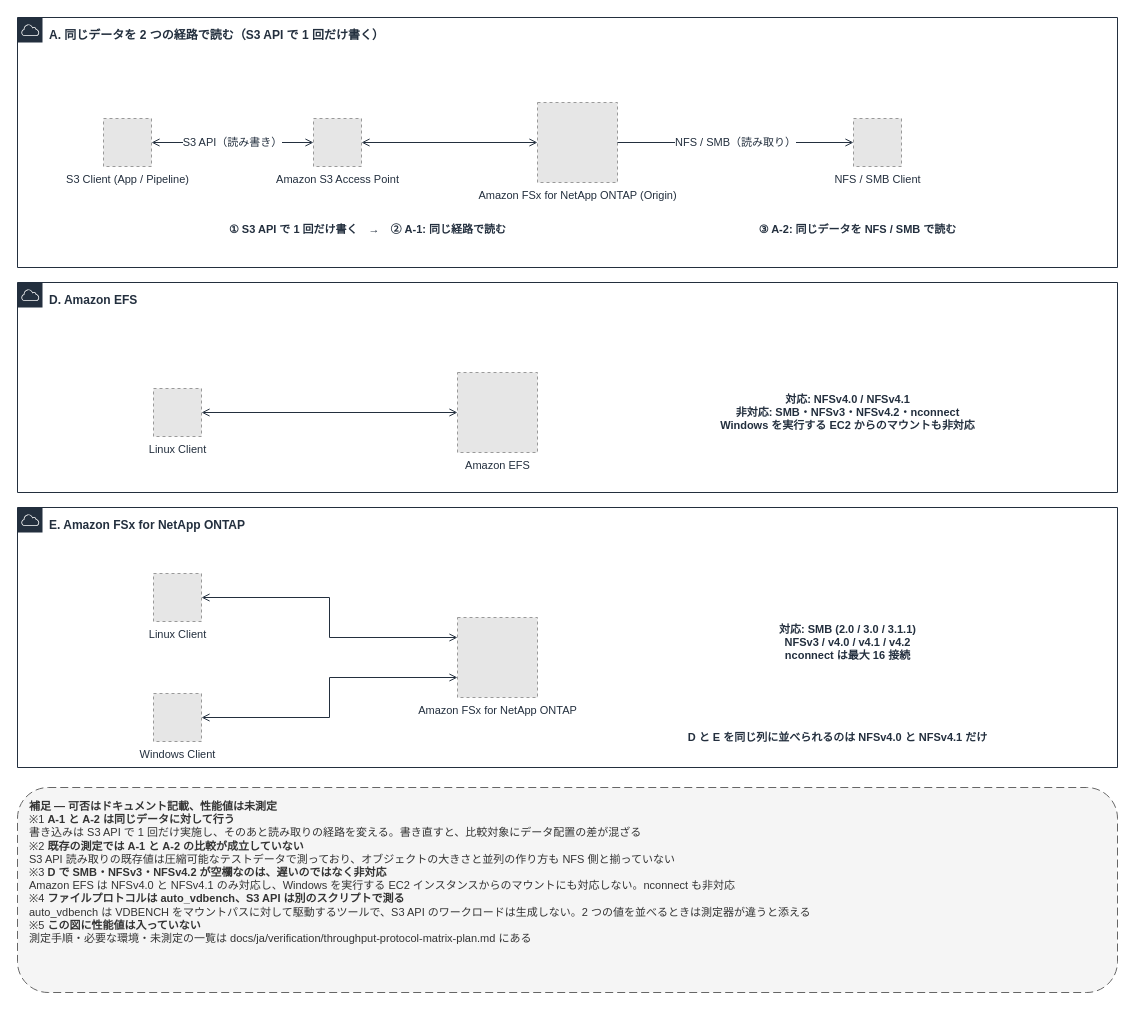
Above: docs/_assets/diagrams/s3burst-protocol-test-matrix.drawio in Yoshiki0705/S3-Burst-on-ONTAP-Files (draw.io), before the change. Source tidied: cells renumbered, new cells numbered last; positions are measured from the earlier drawing's top-left corner, leaving out a move shared by most shapes. Both pictures are drawn from the tidied source at 100%, with x=0, y=0 at pixel (17, 17). Pictures stored in the file or linked from it are replaced by grey dashed boxes.
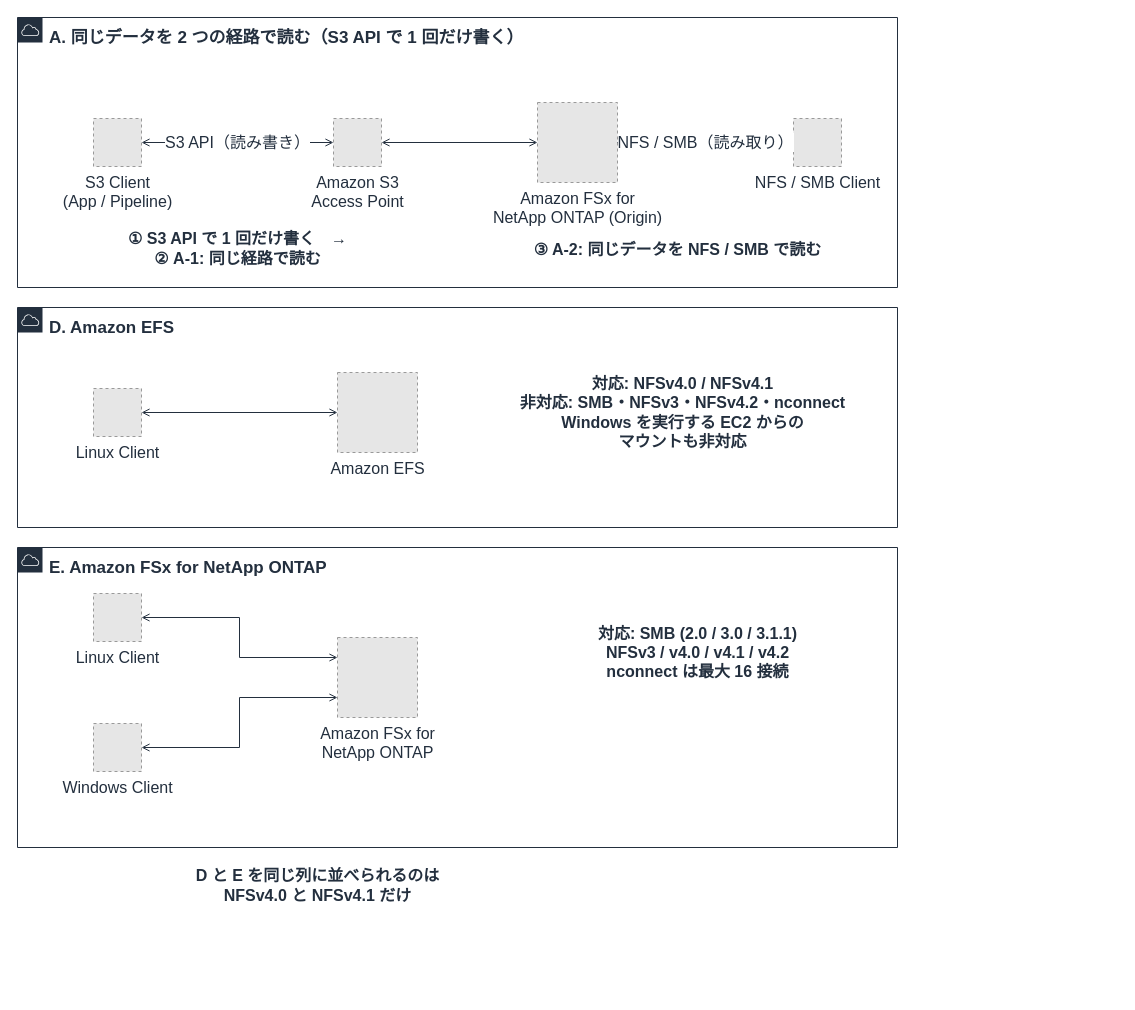
After the change.

What changed in the source:
```diff
@@
-    <mxCell id="2" value="A. 同じデータを 2 つの経路で読む（S3 API で 1 回だけ書く）" style="gradientColor=none;html=1;whiteSpace=wrap;fontSize=12;fontStyle=1;fontColor=#232F3E;shape=mxgraph.aws4.group;grIcon=mxgraph.aws4.group_aws_cloud;strokeColor=#232F3E;fillColor=none;verticalAlign=top;align=left;spacingLeft=30;spacingTop=4;dashed=0;" parent="1" vertex="1">
-      <mxGeometry width="1100" height="250" as="geometry" />
+    <mxCell id="2" value="A. 同じデータを 2 つの経路で読む（S3 API で 1 回だけ書く）" style="gradientColor=none;html=1;whiteSpace=wrap;fontSize=17;fontStyle=1;fontColor=#232F3E;shape=mxgraph.aws4.group;grIcon=mxgraph.aws4.group_aws_cloud;strokeColor=#232F3E;fillColor=none;verticalAlign=top;align=left;spacingLeft=30;spacingTop=4;dashed=0;" parent="1" vertex="1">
+      <mxGeometry width="880" height="270" as="geometry" />
     </mxCell>
-    <mxCell id="3" value="D. Amazon EFS" style="gradientColor=none;html=1;whiteSpace=wrap;fontSize=12;fontStyle=1;fontColor=#232F3E;shape=mxgraph.aws4.group;grIcon=mxgraph.aws4.group_aws_cloud;strokeColor=#232F3E;fillColor=none;verticalAlign=top;align=left;spacingLeft=30;spacingTop=4;dashed=0;" parent="1" vertex="1">
-      <mxGeometry y="265" width="1100" height="210" as="geometry" />
+    <mxCell id="3" value="D. Amazon EFS" style="gradientColor=none;html=1;whiteSpace=wrap;fontSize=17;fontStyle=1;fontColor=#232F3E;shape=mxgraph.aws4.group;grIcon=mxgraph.aws4.group_aws_cloud;strokeColor=#232F3E;fillColor=none;verticalAlign=top;align=left;spacingLeft=30;spacingTop=4;dashed=0;" parent="1" vertex="1">
+      <mxGeometry y="290" width="880" height="220" as="geometry" />
     </mxCell>
-    <mxCell id="4" value="E. Amazon FSx for NetApp ONTAP" style="gradientColor=none;html=1;whiteSpace=wrap;fontSize=12;fontStyle=1;fontColor=#232F3E;shape=mxgraph.aws4.group;grIcon=mxgraph.aws4.group_aws_cloud;strokeColor=#232F3E;fillColor=none;verticalAlign=top;align=left;spacingLeft=30;spacingTop=4;dashed=0;" parent="1" vertex="1">
-      <mxGeometry y="490" width="1100" height="260" as="geometry" />
+    <mxCell id="4" value="E. Amazon FSx for NetApp ONTAP" style="gradientColor=none;html=1;whiteSpace=wrap;fontSize=17;fontStyle=1;fontColor=#232F3E;shape=mxgraph.aws4.group;grIcon=mxgraph.aws4.group_aws_cloud;strokeColor=#232F3E;fillColor=none;verticalAlign=top;align=left;spacingLeft=30;spacingTop=4;dashed=0;" parent="1" vertex="1">
+      <mxGeometry y="530" width="880" height="300" as="geometry" />
     </mxCell>
-    <mxCell id="5" value="① S3 API で 1 回だけ書く　→　② A-1: 同じ経路で読む" style="text;html=1;strokeColor=none;fillColor=none;align=center;verticalAlign=middle;fontSize=11;fontStyle=1;fontColor=#232F3E;" parent="1" vertex="1">
-      <mxGeometry x="90" y="202" width="520" height="20" as="geometry" />
+    <mxCell id="5" value="① S3 API で 1 回だけ書く　→&lt;br&gt;② A-1: 同じ経路で読む" style="text;html=1;strokeColor=none;fillColor=none;align=center;verticalAlign=middle;fontSize=16;fontStyle=1;fontColor=#232F3E;" parent="1" vertex="1">
+      <mxGeometry x="20" y="208" width="400" height="46" as="geometry" />
     </mxCell>
-    <mxCell id="6" value="③ A-2: 同じデータを NFS / SMB で読む" style="text;html=1;strokeColor=none;fillColor=none;align=center;verticalAlign=middle;fontSize=11;fontStyle=1;fontColor=#232F3E;" parent="1" vertex="1">
-      <mxGeometry x="620" y="202" width="440" height="20" as="geometry" />
+    <mxCell id="6" value="③ A-2: 同じデータを NFS / SMB で読む" style="text;html=1;strokeColor=none;fillColor=none;align=center;verticalAlign=middle;fontSize=16;fontStyle=1;fontColor=#232F3E;" parent="1" vertex="1">
+      <mxGeometry x="460" y="220" width="400" height="24" as="geometry" />
     </mxCell>
-    <mxCell id="7" value="対応: NFSv4.0 / NFSv4.1&lt;br&gt;&lt;b&gt;非対応: SMB・NFSv3・NFSv4.2・nconnect&lt;/b&gt;&lt;br&gt;Windows を実行する EC2 からのマウントも&lt;b&gt;非対応&lt;/b&gt;" style="text;html=1;strokeColor=none;fillColor=none;align=center;verticalAlign=middle;fontSize=11;fontStyle=1;fontColor=#232F3E;" parent="1" vertex="1">
-      <mxGeometry x="600" y="350" width="460" height="90" as="geometry" />
+    <mxCell id="7" value="対応: NFSv4.0 / NFSv4.1&lt;br&gt;&lt;b&gt;非対応: SMB・NFSv3・NFSv4.2・nconnect&lt;/b&gt;&lt;br&gt;Windows を実行する EC2 からの&lt;br&gt;マウントも&lt;b&gt;非対応&lt;/b&gt;" style="text;html=1;strokeColor=none;fillColor=none;align=center;verticalAlign=middle;fontSize=16;fontStyle=1;fontColor=#232F3E;" parent="1" vertex="1">
+      <mxGeometry x="470" y="335" width="390" height="120" as="geometry" />
     </mxCell>
-    <mxCell id="8" value="対応: SMB (2.0 / 3.0 / 3.1.1)&lt;br&gt;NFSv3 / v4.0 / v4.1 / v4.2&lt;br&gt;nconnect は最大 16 接続" style="text;html=1;strokeColor=none;fillColor=none;align=center;verticalAlign=middle;fontSize=11;fontStyle=1;fontColor=#232F3E;" parent="1" vertex="1">
-      <mxGeometry x="600" y="580" width="460" height="90" as="geometry" />
+    <mxCell id="8" value="対応: SMB (2.0 / 3.0 / 3.1.1)&lt;br&gt;NFSv3 / v4.0 / v4.1 / v4.2&lt;br&gt;nconnect は最大 16 接続" style="text;html=1;strokeColor=none;fillColor=none;align=center;verticalAlign=middle;fontSize=16;fontStyle=1;fontColor=#232F3E;" parent="1" vertex="1">
+      <mxGeometry x="500" y="590" width="360" height="90" as="geometry" />
     </mxCell>
-    <mxCell id="9" value="D と E を同じ列に並べられるのは NFSv4.0 と NFSv4.1 だけ" style="text;html=1;strokeColor=none;fillColor=none;align=center;verticalAlign=middle;fontSize=11;fontStyle=1;fontColor=#232F3E;" parent="1" vertex="1">
-      <mxGeometry x="560" y="710" width="520" height="20" as="geometry" />
+    <mxCell id="9" value="D と E を同じ列に並べられるのは&lt;br&gt;NFSv4.0 と NFSv4.1 だけ" style="text;html=1;strokeColor=none;fillColor=none;align=center;verticalAlign=middle;fontSize=16;fontStyle=1;fontColor=#232F3E;" parent="1" vertex="1">
+      <mxGeometry x="20" y="845" width="560" height="46" as="geometry" />
     </mxCell>
-    <mxCell id="10" value="S3 Client (App / Pipeline)" style="fillColor=#E6E6E6;strokeColor=#999999;dashed=1;html=1;verticalLabelPosition=bottom;verticalAlign=top;labelPosition=center;align=center;fontSize=11;fontColor=#232F3E;" parent="1" vertex="1">
-      <mxGeometry x="86" y="101" width="48" height="48" as="geometry" />
+    <mxCell id="10" value="S3 Client&#10;(App / Pipeline)" style="fillColor=#E6E6E6;strokeColor=#999999;dashed=1;html=1;verticalLabelPosition=bottom;verticalAlign=top;labelPosition=center;align=center;fontSize=16;fontColor=#232F3E;" parent="1" vertex="1">
+      <mxGeometry x="76" y="101" width="48" height="48" as="geometry" />
     </mxCell>
-    <mxCell id="11" value="Amazon S3 Access Point" style="fillColor=#E6E6E6;strokeColor=#999999;dashed=1;html=1;verticalLabelPosition=bottom;verticalAlign=top;labelPosition=center;align=center;fontSize=11;fontColor=#232F3E;" parent="1" vertex="1">
-      <mxGeometry x="296" y="101" width="48" height="48" as="geometry" />
+    <mxCell id="11" value="Amazon S3&#10;Access Point" style="fillColor=#E6E6E6;strokeColor=#999999;dashed=1;html=1;verticalLabelPosition=bottom;verticalAlign=top;labelPosition=center;align=center;fontSize=16;fontColor=#232F3E;" parent="1" vertex="1">
+      <mxGeometry x="316" y="101" width="48" height="48" as="geometry" />
     </mxCell>
-    <mxCell id="12" value="Amazon FSx for NetApp ONTAP (Origin)" style="fillColor=#E6E6E6;strokeColor=#999999;dashed=1;html=1;verticalLabelPosition=bottom;verticalAlign=top;labelPosition=center;align=center;fontSize=11;fontColor=#232F3E;" parent="1" vertex="1">
+    <mxCell id="12" value="Amazon FSx for&#10;NetApp ONTAP (Origin)" style="fillColor=#E6E6E6;strokeColor=#999999;dashed=1;html=1;verticalLabelPosition=bottom;verticalAlign=top;labelPosition=center;align=center;fontSize=16;fontColor=#232F3E;" parent="1" vertex="1">
       <mxGeometry x="520" y="85" width="80" height="80" as="geometry" />
     </mxCell>
-    <mxCell id="13" value="NFS / SMB Client" style="fillColor=#E6E6E6;strokeColor=#999999;dashed=1;html=1;verticalLabelPosition=bottom;verticalAlign=top;labelPosition=center;align=center;fontSize=11;fontColor=#232F3E;" parent="1" vertex="1">
-      <mxGeometry x="836" y="101" width="48" height="48" as="geometry" />
+    <mxCell id="13" value="NFS / SMB Client" style="fillColor=#E6E6E6;strokeColor=#999999;dashed=1;html=1;verticalLabelPosition=bottom;verticalAlign=top;labelPosition=center;align=center;fontSize=16;fontColor=#232F3E;" parent="1" vertex="1">
+      <mxGeometry x="776" y="101" width="48" height="48" as="geometry" />
     </mxCell>
-    <mxCell id="14" value="Linux Client" style="fillColor=#E6E6E6;strokeColor=#999999;dashed=1;html=1;verticalLabelPosition=bottom;verticalAlign=top;labelPosition=center;align=center;fontSize=11;fontColor=#232F3E;" parent="1" vertex="1">
-      <mxGeometry x="136" y="371" width="48" height="48" as="geometry" />
+    <mxCell id="14" value="Linux Client" style="fillColor=#E6E6E6;strokeColor=#999999;dashed=1;html=1;verticalLabelPosition=bottom;verticalAlign=top;labelPosition=center;align=center;fontSize=16;fontColor=#232F3E;" parent="1" vertex="1">
+      <mxGeometry x="76" y="371" width="48" height="48" as="geometry" />
     </mxCell>
-    <mxCell id="15" value="Amazon EFS" style="fillColor=#E6E6E6;strokeColor=#999999;dashed=1;html=1;verticalLabelPosition=bottom;verticalAlign=top;labelPosition=center;align=center;fontSize=11;fontColor=#232F3E;" parent="1" vertex="1">
-      <mxGeometry x="440" y="355" width="80" height="80" as="geometry" />
+    <mxCell id="15" value="Amazon EFS" style="fillColor=#E6E6E6;strokeColor=#999999;dashed=1;html=1;verticalLabelPosition=bottom;verticalAlign=top;labelPosition=center;align=center;fontSize=16;fontColor=#232F3E;" parent="1" vertex="1">
+      <mxGeometry x="320" y="355" width="80" height="80" as="geometry" />
     </mxCell>
-    <mxCell id="16" value="Linux Client" style="fillColor=#E6E6E6;strokeColor=#999999;dashed=1;html=1;verticalLabelPosition=bottom;verticalAlign=top;labelPosition=center;align=center;fontSize=11;fontColor=#232F3E;" parent="1" vertex="1">
-      <mxGeometry x="136" y="556" width="48" height="48" as="geometry" />
+    <mxCell id="16" value="Linux Client" style="fillColor=#E6E6E6;strokeColor=#999999;dashed=1;html=1;verticalLabelPosition=bottom;verticalAlign=top;labelPosition=center;align=center;fontSize=16;fontColor=#232F3E;" parent="1" vertex="1">
+      <mxGeometry x="76" y="576" width="48" height="48" as="geometry" />
     </mxCell>
-    <mxCell id="17" value="Windows Client" style="fillColor=#E6E6E6;strokeColor=#999999;dashed=1;html=1;verticalLabelPosition=bottom;verticalAlign=top;labelPosition=center;align=center;fontSize=11;fontColor=#232F3E;" parent="1" vertex="1">
-      <mxGeometry x="136" y="676" width="48" height="48" as="geometry" />
+    <mxCell id="17" value="Windows Client" style="fillColor=#E6E6E6;strokeColor=#999999;dashed=1;html=1;verticalLabelPosition=bottom;verticalAlign=top;labelPosition=center;align=center;fontSize=16;fontColor=#232F3E;" parent="1" vertex="1">
+      <mxGeometry x="76" y="706" width="48" height="48" as="geometry" />
     </mxCell>
-    <mxCell id="18" value="Amazon FSx for NetApp ONTAP" style="fillColor=#E6E6E6;strokeColor=#999999;dashed=1;html=1;verticalLabelPosition=bottom;verticalAlign=top;labelPosition=center;align=center;fontSize=11;fontColor=#232F3E;" parent="1" vertex="1">
-      <mxGeometry x="440" y="600" width="80" height="80" as="geometry" />
+    <mxCell id="18" value="Amazon FSx for&#10;NetApp ONTAP" style="fillColor=#E6E6E6;strokeColor=#999999;dashed=1;html=1;verticalLabelPosition=bottom;verticalAlign=top;labelPosition=center;align=center;fontSize=16;fontColor=#232F3E;" parent="1" vertex="1">
+      <mxGeometry x="320" y="620" width="80" height="80" as="geometry" />
     </mxCell>
-    <mxCell id="19" value="S3 API（読み書き）" style="edgeStyle=orthogonalEdgeStyle;rounded=0;html=1;endArrow=open;endFill=0;strokeColor=#232F3E;strokeWidth=1;fontSize=11;fontColor=#232F3E;startArrow=open;startFill=0;" parent="1" edge="1" source="10" target="11">
+    <mxCell id="19" value="S3 API（読み書き）" style="edgeStyle=orthogonalEdgeStyle;rounded=0;html=1;endArrow=open;endFill=0;strokeColor=#232F3E;strokeWidth=1;fontSize=16;fontColor=#232F3E;startArrow=open;startFill=0;" parent="1" edge="1" source="10" target="11">
       <mxGeometry relative="1" as="geometry" />
     </mxCell>
-    <mxCell id="20" style="edgeStyle=orthogonalEdgeStyle;rounded=0;html=1;endArrow=open;endFill=0;strokeColor=#232F3E;strokeWidth=1;fontSize=11;fontColor=#232F3E;startArrow=open;startFill=0;" parent="1" edge="1" source="11" target="12">
+    <mxCell id="20" style="edgeStyle=orthogonalEdgeStyle;rounded=0;html=1;endArrow=open;endFill=0;strokeColor=#232F3E;strokeWidth=1;fontSize=16;fontColor=#232F3E;startArrow=open;startFill=0;" parent="1" edge="1" source="11" target="12">
       <mxGeometry relative="1" as="geometry" />
     </mxCell>
-    <mxCell id="21" value="NFS / SMB（読み取り）" style="edgeStyle=orthogonalEdgeStyle;rounded=0;html=1;endArrow=open;endFill=0;strokeColor=#232F3E;strokeWidth=1;fontSize=11;fontColor=#232F3E;" parent="1" edge="1" source="12" target="13">
+    <mxCell id="21" value="NFS / SMB（読み取り）" style="edgeStyle=orthogonalEdgeStyle;rounded=0;html=1;endArrow=open;endFill=0;strokeColor=#232F3E;strokeWidth=1;fontSize=16;fontColor=#232F3E;" parent="1" edge="1" source="12" target="13">
       <mxGeometry relative="1" as="geometry" />
     </mxCell>
-    <mxCell id="22" style="edgeStyle=orthogonalEdgeStyle;rounded=0;html=1;endArrow=open;endFill=0;strokeColor=#232F3E;strokeWidth=1;fontSize=11;fontColor=#232F3E;startArrow=open;startFill=0;" parent="1" edge="1" source="14" target="15">
+    <mxCell id="22" style="edgeStyle=orthogonalEdgeStyle;rounded=0;html=1;endArrow=open;endFill=0;strokeColor=#232F3E;strokeWidth=1;fontSize=16;fontColor=#232F3E;startArrow=open;startFill=0;" parent="1" edge="1" source="14" target="15">
       <mxGeometry relative="1" as="geometry" />
     </mxCell>
-    <mxCell id="23" style="edgeStyle=orthogonalEdgeStyle;rounded=0;html=1;endArrow=open;endFill=0;strokeColor=#232F3E;strokeWidth=1;fontSize=11;fontColor=#232F3E;startArrow=open;startFill=0;exitX=1.0;exitY=0.5;exitDx=0;exitDy=0;entryX=0.0;entryY=0.25;entryDx=0;entryDy=0;" parent="1" edge="1" source="16" target="18">
+    <mxCell id="23" style="edgeStyle=orthogonalEdgeStyle;rounded=0;html=1;endArrow=open;endFill=0;strokeColor=#232F3E;strokeWidth=1;fontSize=16;fontColor=#232F3E;startArrow=open;startFill=0;exitX=1.0;exitY=0.5;exitDx=0;exitDy=0;entryX=0.0;entryY=0.25;entryDx=0;entryDy=0;" parent="1" edge="1" source="16" target="18">
       <mxGeometry relative="1" as="geometry" />
     </mxCell>
-    <mxCell id="24" style="edgeStyle=orthogonalEdgeStyle;rounded=0;html=1;endArrow=open;endFill=0;strokeColor=#232F3E;strokeWidth=1;fontSize=11;fontColor=#232F3E;startArrow=open;startFill=0;exitX=1.0;exitY=0.5;exitDx=0;exitDy=0;entryX=0.0;entryY=0.75;entryDx=0;entryDy=0;" parent="1" edge="1" source="17" target="18">
+    <mxCell id="24" style="edgeStyle=orthogonalEdgeStyle;rounded=0;html=1;endArrow=open;endFill=0;strokeColor=#232F3E;strokeWidth=1;fontSize=16;fontColor=#232F3E;startArrow=open;startFill=0;exitX=1.0;exitY=0.5;exitDx=0;exitDy=0;entryX=0.0;entryY=0.75;entryDx=0;entryDy=0;" parent="1" edge="1" source="17" target="18">
       <mxGeometry relative="1" as="geometry" />
     </mxCell>
-    <mxCell id="25" value="&lt;b&gt;補足 — 可否はドキュメント記載、性能値は未測定&lt;/b&gt;&lt;br&gt;※1 &lt;b&gt;A-1 と A-2 は同じデータに対して行う&lt;/b&gt;&lt;br&gt;書き込みは S3 API で 1 回だけ実施し、そのあと読み取りの経路を変える。書き直すと、比較対象にデータ配置の差が混ざる&lt;br&gt;※2 &lt;b&gt;既存の測定では A-1 と A-2 の比較が成立していない&lt;/b&gt;&lt;br&gt;S3 API 読み取りの既存値は圧縮可能なテストデータで測っており、オブジェクトの大きさと並列の作り方も NFS 側と揃っていない&lt;br&gt;※3 &lt;b&gt;D で SMB・NFSv3・NFSv4.2 が空欄なのは、遅いのではなく非対応&lt;/b&gt;&lt;br&gt;Amazon EFS は NFSv4.0 と NFSv4.1 のみ対応し、Windows を実行する EC2 インスタンスからのマウントにも対応しない。nconnect も非対応&lt;br&gt;※4 &lt;b&gt;ファイルプロトコルは auto_vdbench、S3 API は別のスクリプトで測る&lt;/b&gt;&lt;br&gt;auto_vdbench は VDBENCH をマウントパスに対して駆動するツールで、S3 API のワークロードは生成しない。2 つの値を並べるときは測定器が違うと添える&lt;br&gt;※5 &lt;b&gt;この図に性能値は入っていない&lt;/b&gt;&lt;br&gt;測定手順・必要な環境・未測定の一覧は docs/ja/verification/throughput-protocol-matrix-plan.md にある" style="rounded=1;whiteSpace=wrap;html=1;dashed=1;dashPattern=8 4;strokeColor=#666666;fillColor=#F5F5F5;fontColor=#333333;fontSize=11;align=left;verticalAlign=top;spacingLeft=10;spacingTop=6;" parent="1" vertex="1">
-      <mxGeometry y="770" width="1100" height="205" as="geometry" />
-    </mxCell>
```
